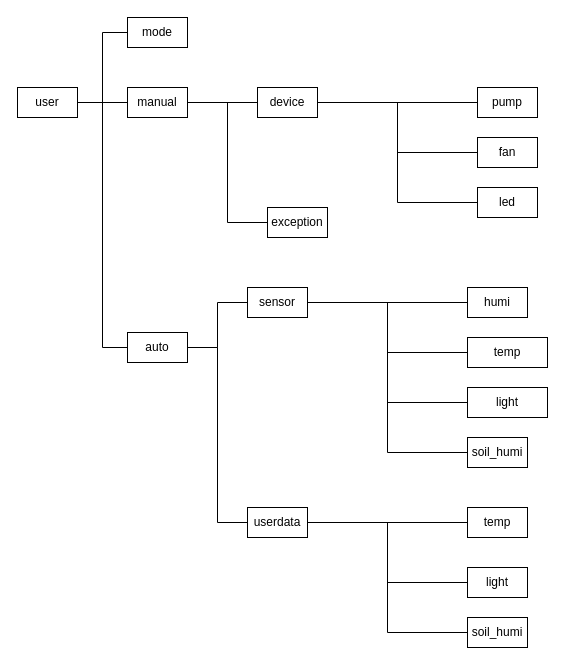
This is 6주차/데이터베이스_저장트리.drawio from sonmyungwon/Software-Development, a draw.io file, before an edit. Source tidied: cells renumbered, new cells numbered last; positions are measured from the earlier drawing's top-left corner, leaving out a move shared by most shapes. Both pictures are drawn from the tidied source at 100%, with x=0, y=0 at pixel (17, 17).
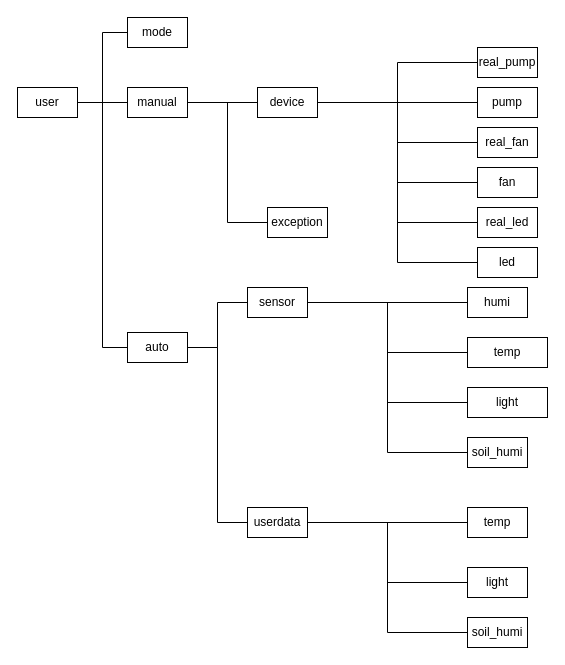
After the change.

Commit message:
데이터베이스_저장트리.drawio 업데이트

Unchanged cells that the change refers to:
```xml
<mxCell id="22" value="device" style="rounded=0;whiteSpace=wrap;html=1;" parent="1" vertex="1">
  <mxGeometry x="240" y="70" width="60" height="30" as="geometry" />
</mxCell>
```

Change to the diagram source:
```diff
@@
-    <mxCell id="23" value="fan" style="rounded=0;whiteSpace=wrap;html=1;" parent="1" vertex="1">
-      <mxGeometry x="460" y="120" width="60" height="30" as="geometry" />
+    <mxCell id="23" value="real_fan" style="rounded=0;whiteSpace=wrap;html=1;" parent="1" vertex="1">
+      <mxGeometry x="460" y="110" width="60" height="30" as="geometry" />
     </mxCell>
@@
-    <mxCell id="25" value="led" style="rounded=0;whiteSpace=wrap;html=1;" parent="1" vertex="1">
-      <mxGeometry x="460" y="170" width="60" height="30" as="geometry" />
+    <mxCell id="25" value="real_led" style="rounded=0;whiteSpace=wrap;html=1;" parent="1" vertex="1">
+      <mxGeometry x="460" y="190" width="60" height="30" as="geometry" />
     </mxCell>
@@
+    <mxCell id="37" style="edgeStyle=orthogonalEdgeStyle;rounded=0;jettySize=auto;html=1;entryX=1;entryY=0.5;entryDx=0;entryDy=0;endArrow=none;endFill=0;" parent="1" edge="1" source="38" target="22">
+      <mxGeometry relative="1" as="geometry" />
+    </mxCell>
+    <mxCell id="38" value="real_pump" style="rounded=0;whiteSpace=wrap;html=1;" parent="1" vertex="1">
+      <mxGeometry x="460" y="30" width="60" height="30" as="geometry" />
+    </mxCell>
+    <mxCell id="39" style="edgeStyle=orthogonalEdgeStyle;rounded=0;jettySize=auto;html=1;entryX=1;entryY=0.5;entryDx=0;entryDy=0;endArrow=none;endFill=0;" parent="1" edge="1" source="40" target="22">
+      <mxGeometry relative="1" as="geometry" />
+    </mxCell>
+    <mxCell id="40" value="fan" style="rounded=0;whiteSpace=wrap;html=1;" parent="1" vertex="1">
+      <mxGeometry x="460" y="150" width="60" height="30" as="geometry" />
+    </mxCell>
+    <mxCell id="41" style="edgeStyle=orthogonalEdgeStyle;rounded=0;jettySize=auto;html=1;entryX=1;entryY=0.5;entryDx=0;entryDy=0;endArrow=none;endFill=0;" parent="1" edge="1" source="42" target="22">
+      <mxGeometry relative="1" as="geometry" />
+    </mxCell>
+    <mxCell id="42" value="led" style="rounded=0;whiteSpace=wrap;html=1;" parent="1" vertex="1">
+      <mxGeometry x="460" y="230" width="60" height="30" as="geometry" />
+    </mxCell>
```
